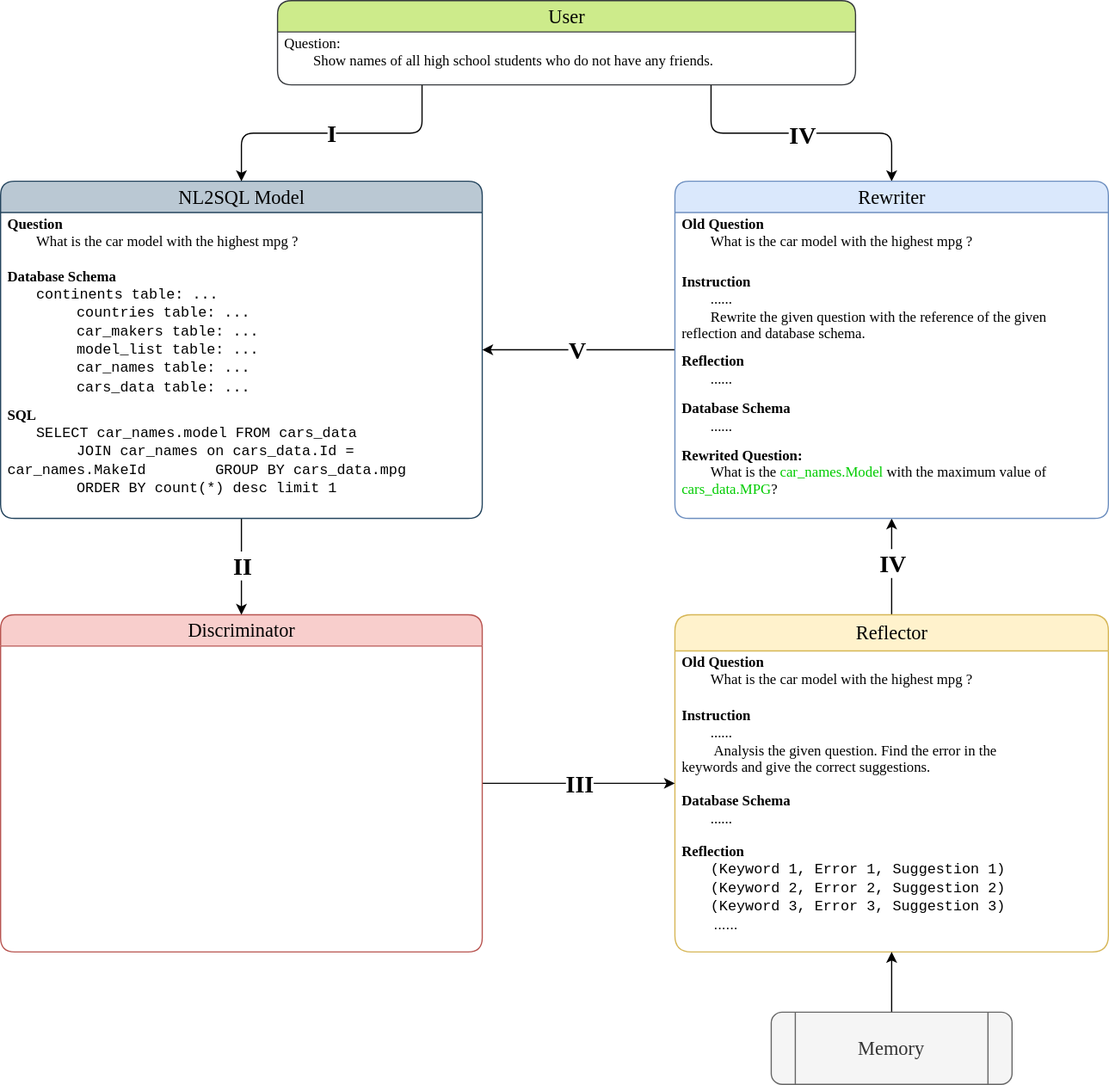
MPX0222/Research-Design-Space keeps this draw.io diagram as rewriter_agents_v240513.drawio.svg. Above is the earlier version. Source tidied: cells renumbered, new cells last; positions are measured from the earlier drawing's top-left corner, leaving out a move shared by most shapes.
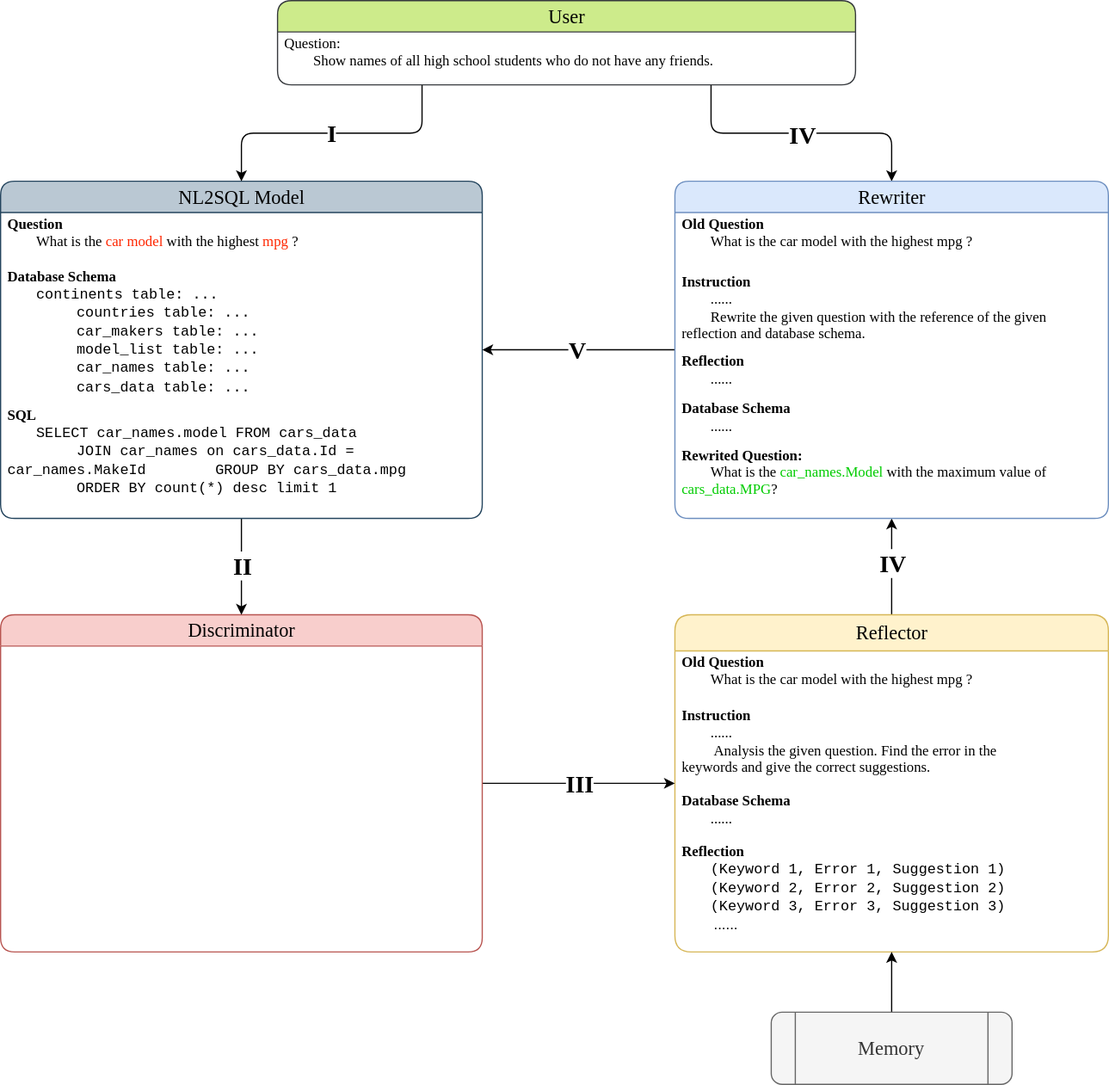
The same diagram one commit later.

The edit, as a diff of the source:
```diff
@@ -44,7 +44,7 @@
     <mxCell id="15" value="&lt;font style=&quot;font-size: 16px;&quot;&gt;NL2SQL Model&lt;/font&gt;" style="swimlane;html=1;fontStyle=0;horizontal=1;startSize=26;fillColor=#bac8d3;swimlaneFillColor=#ffffff;align=center;rounded=1;shadow=0;comic=0;labelBackgroundColor=none;strokeWidth=1;fontFamily=Verdana;fontSize=12;strokeColor=#23445d;" parent="1" vertex="1">
       <mxGeometry y="150" width="400" height="280" as="geometry" />
     </mxCell>
-    <mxCell id="16" value="&lt;font face=&quot;Verdana&quot;&gt;&lt;b&gt;Question &lt;br&gt;&lt;/b&gt;&lt;/font&gt;&lt;div&gt;&lt;font face=&quot;BVNRE3tisAN5x1x_slKI&quot;&gt;&lt;span style=&quot;white-space: pre;&quot;&gt;&#9;&lt;/span&gt;&lt;/font&gt;&lt;font face=&quot;Comic Sans MS&quot;&gt;What is the car model with the highest mpg ?&lt;/font&gt;&lt;/div&gt;&lt;div&gt;&lt;font face=&quot;BVNRE3tisAN5x1x_slKI&quot;&gt;&lt;br&gt;&lt;/font&gt;&lt;/div&gt;&lt;div&gt;&lt;br&gt;&lt;/div&gt;&lt;div&gt;&lt;font face=&quot;BVNRE3tisAN5x1x_slKI&quot;&gt;&lt;br&gt;&lt;/font&gt;&lt;/div&gt;&lt;div&gt;&lt;br&gt;&lt;/div&gt;" style="text;strokeColor=none;fillColor=none;align=left;verticalAlign=middle;spacingLeft=4;spacingRight=4;overflow=hidden;whiteSpace=wrap;html=1;rounded=1;" parent="15" vertex="1">
+    <mxCell id="16" value="&lt;font face=&quot;Verdana&quot;&gt;&lt;b&gt;Question &lt;br&gt;&lt;/b&gt;&lt;/font&gt;&lt;div&gt;&lt;font face=&quot;BVNRE3tisAN5x1x_slKI&quot;&gt;&lt;span style=&quot;white-space: pre;&quot;&gt;&#9;&lt;/span&gt;&lt;/font&gt;&lt;font face=&quot;Comic Sans MS&quot;&gt;What is the &lt;font color=&quot;#ff2600&quot;&gt;car model&lt;/font&gt; with the highest &lt;font color=&quot;#ff2600&quot;&gt;mpg&lt;/font&gt; ?&lt;/font&gt;&lt;/div&gt;&lt;div&gt;&lt;font face=&quot;BVNRE3tisAN5x1x_slKI&quot;&gt;&lt;br&gt;&lt;/font&gt;&lt;/div&gt;&lt;div&gt;&lt;br&gt;&lt;/div&gt;&lt;div&gt;&lt;font face=&quot;BVNRE3tisAN5x1x_slKI&quot;&gt;&lt;br&gt;&lt;/font&gt;&lt;/div&gt;&lt;div&gt;&lt;br&gt;&lt;/div&gt;" style="text;strokeColor=none;fillColor=none;align=left;verticalAlign=middle;spacingLeft=4;spacingRight=4;overflow=hidden;whiteSpace=wrap;html=1;rounded=1;" parent="15" vertex="1">
       <mxGeometry y="26" width="400" height="44" as="geometry" />
     </mxCell>
     <mxCell id="17" value="&lt;div&gt;&lt;font face=&quot;Verdana&quot;&gt;&lt;b&gt;Database Schema&lt;/b&gt;&lt;/font&gt;&lt;/div&gt;&lt;div&gt;&lt;font face=&quot;L0XecSkXJtN0FbtAh_gb&quot;&gt;&lt;span style=&quot;white-space: pre;&quot;&gt;&#9;&lt;/span&gt;&lt;/font&gt;&lt;font face=&quot;Courier New&quot;&gt;&lt;span style=&quot;white-space: pre;&quot;&gt;continents table: ...&lt;br&gt;&lt;span style=&quot;white-space: pre;&quot;&gt;&#9;&lt;/span&gt;countries table: ...&lt;br&gt;&lt;span style=&quot;white-space: pre;&quot;&gt;&#9;&lt;/span&gt;car_makers table: ...&lt;br&gt;&lt;span style=&quot;white-space: pre;&quot;&gt;&#9;&lt;/span&gt;model_list table: ...&lt;br&gt;&lt;span style=&quot;white-space: pre;&quot;&gt;&#9;&lt;/span&gt;car_names table: ...&lt;br&gt;&lt;span style=&quot;white-space: pre;&quot;&gt;&#9;&lt;/span&gt;cars_data table: ...&lt;/span&gt;&lt;/font&gt;&lt;/div&gt;" style="text;strokeColor=none;fillColor=none;align=left;verticalAlign=middle;spacingLeft=4;spacingRight=4;overflow=hidden;whiteSpace=wrap;html=1;rounded=1;" parent="15" vertex="1">
```
